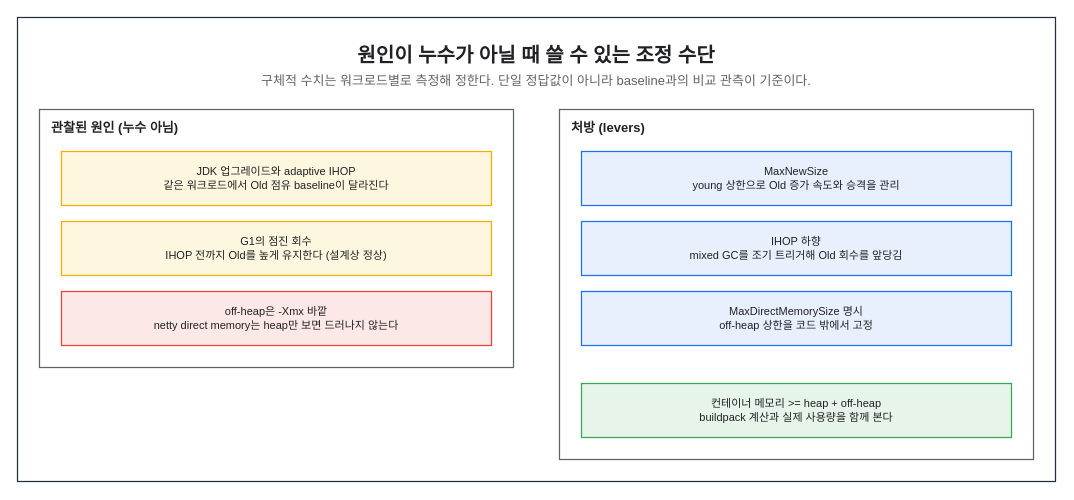
This is assets/img/jvm/jvm-12-capstone-levers.drawio from KKamJi98/kkamji98.github.io, a draw.io file, before an edit. Source tidied: cells renumbered, new cells numbered last; positions are measured from the earlier drawing's top-left corner, leaving out a move shared by most shapes. Both pictures are drawn from the tidied source at 100%, with x=0, y=0 at pixel (17, 17).
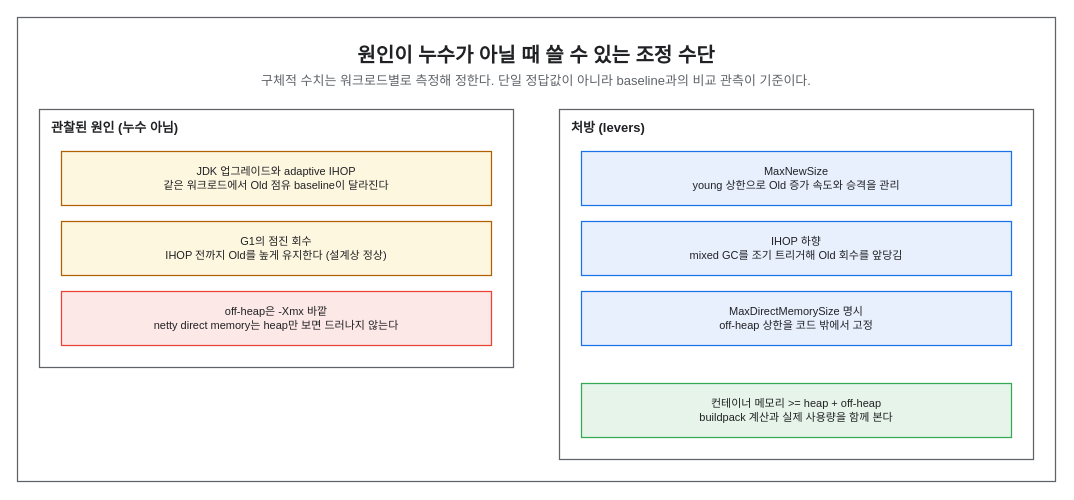
The same diagram, later.

Diff of the diagram source:
```diff
@@
 <mxGraphModel background="#FFFFFF">
   <root>
     <mxCell id="0" />
     <mxCell id="1" parent="0" />
-    <mxCell id="2" style="rounded=0;html=0;fillColor=none;strokeColor=#232F3E;fontColor=#202124;strokeWidth=1.25;" parent="1" vertex="1">
+    <mxCell id="2" style="rounded=0;html=0;fillColor=none;strokeColor=#5F6368;fontColor=#202124;strokeWidth=1.25;" parent="1" vertex="1">
       <mxGeometry width="1038" height="464" as="geometry" />
     </mxCell>
     <mxCell id="3" value="원인이 누수가 아닐 때 쓸 수 있는 조정 수단" style="text;html=0;whiteSpace=wrap;fillColor=none;strokeColor=none;fontColor=#202124;fontSize=20;fontStyle=1;align=center;verticalAlign=middle;" parent="1" vertex="1">
       <mxGeometry x="22" y="22" width="994" height="30" as="geometry" />
     </mxCell>
     <mxCell id="4" value="구체적 수치는 워크로드별로 측정해 정한다. 단일 정답값이 아니라 baseline과의 비교 관측이 기준이다." style="text;html=0;whiteSpace=wrap;fillColor=none;strokeColor=none;fontColor=#5F6368;fontSize=13;fontStyle=0;align=center;verticalAlign=middle;" parent="1" vertex="1">
       <mxGeometry x="22" y="52" width="994" height="22" as="geometry" />
     </mxCell>
     <mxCell id="5" value="관찰된 원인 (누수 아님)" style="rounded=0;whiteSpace=wrap;html=0;fillColor=none;strokeColor=#5F6368;fontColor=#202124;fontSize=13;fontStyle=1;align=left;verticalAlign=top;spacingLeft=10;spacingTop=4;strokeWidth=1.25;dashed=0;" parent="1" vertex="1">
       <mxGeometry x="22" y="92" width="474" height="258" as="geometry" />
     </mxCell>
     <mxCell id="6" value="처방 (levers)" style="rounded=0;whiteSpace=wrap;html=0;fillColor=none;strokeColor=#5F6368;fontColor=#202124;fontSize=13;fontStyle=1;align=left;verticalAlign=top;spacingLeft=10;spacingTop=4;strokeWidth=1.25;dashed=0;" parent="1" vertex="1">
       <mxGeometry x="542" y="92" width="474" height="350" as="geometry" />
     </mxCell>
-    <mxCell id="7" value="JDK 업그레이드와 adaptive IHOP&#10;같은 워크로드에서 Old 점유 baseline이 달라진다" style="rounded=0;whiteSpace=wrap;html=0;fillColor=#FEF7E0;strokeColor=#F9AB00;fontColor=#202124;fontSize=11;fontStyle=0;align=center;verticalAlign=middle;spacingLeft=6;spacingRight=6;strokeWidth=1.25;" parent="1" vertex="1">
+    <mxCell id="7" value="JDK 업그레이드와 adaptive IHOP&#10;같은 워크로드에서 Old 점유 baseline이 달라진다" style="rounded=0;whiteSpace=wrap;html=0;fillColor=#FEF7E0;strokeColor=#B06000;fontColor=#202124;fontSize=11;fontStyle=0;align=center;verticalAlign=middle;spacingLeft=6;spacingRight=6;strokeWidth=1.25;" parent="1" vertex="1">
       <mxGeometry x="44" y="134" width="430" height="54" as="geometry" />
     </mxCell>
-    <mxCell id="8" value="G1의 점진 회수&#10;IHOP 전까지 Old를 높게 유지한다 (설계상 정상)" style="rounded=0;whiteSpace=wrap;html=0;fillColor=#FEF7E0;strokeColor=#F9AB00;fontColor=#202124;fontSize=11;fontStyle=0;align=center;verticalAlign=middle;spacingLeft=6;spacingRight=6;strokeWidth=1.25;" parent="1" vertex="1">
+    <mxCell id="8" value="G1의 점진 회수&#10;IHOP 전까지 Old를 높게 유지한다 (설계상 정상)" style="rounded=0;whiteSpace=wrap;html=0;fillColor=#FEF7E0;strokeColor=#B06000;fontColor=#202124;fontSize=11;fontStyle=0;align=center;verticalAlign=middle;spacingLeft=6;spacingRight=6;strokeWidth=1.25;" parent="1" vertex="1">
       <mxGeometry x="44" y="204" width="430" height="54" as="geometry" />
     </mxCell>
     <mxCell id="9" value="off-heap은 -Xmx 바깥&#10;netty direct memory는 heap만 보면 드러나지 않는다" style="rounded=0;whiteSpace=wrap;html=0;fillColor=#FCE8E6;strokeColor=#EA4335;fontColor=#202124;fontSize=11;fontStyle=0;align=center;verticalAlign=middle;spacingLeft=6;spacingRight=6;strokeWidth=1.25;" parent="1" vertex="1">
       <mxGeometry x="44" y="274" width="430" height="54" as="geometry" />
     </mxCell>
     <mxCell id="10" value="MaxNewSize&#10;young 상한으로 Old 증가 속도와 승격을 관리" style="rounded=0;whiteSpace=wrap;html=0;fillColor=#E8F0FE;strokeColor=#1A73E8;fontColor=#202124;fontSize=11;fontStyle=0;align=center;verticalAlign=middle;spacingLeft=6;spacingRight=6;strokeWidth=1.25;" parent="1" vertex="1">
       <mxGeometry x="564" y="134" width="430" height="54" as="geometry" />
     </mxCell>
     <mxCell id="11" value="IHOP 하향&#10;mixed GC를 조기 트리거해 Old 회수를 앞당김" style="rounded=0;whiteSpace=wrap;html=0;fillColor=#E8F0FE;strokeColor=#1A73E8;fontColor=#202124;fontSize=11;fontStyle=0;align=center;verticalAlign=middle;spacingLeft=6;spacingRight=6;strokeWidth=1.25;" parent="1" vertex="1">
       <mxGeometry x="564" y="204" width="430" height="54" as="geometry" />
     </mxCell>
     <mxCell id="12" value="MaxDirectMemorySize 명시&#10;off-heap 상한을 코드 밖에서 고정" style="rounded=0;whiteSpace=wrap;html=0;fillColor=#E8F0FE;strokeColor=#1A73E8;fontColor=#202124;fontSize=11;fontStyle=0;align=center;verticalAlign=middle;spacingLeft=6;spacingRight=6;strokeWidth=1.25;" parent="1" vertex="1">
       <mxGeometry x="564" y="274" width="430" height="54" as="geometry" />
     </mxCell>
     <mxCell id="13" value="컨테이너 메모리 &gt;= heap + off-heap&#10;buildpack 계산과 실제 사용량을 함께 본다" style="rounded=0;whiteSpace=wrap;html=0;fillColor=#E6F4EA;strokeColor=#34A853;fontColor=#202124;fontSize=11;fontStyle=0;align=center;verticalAlign=middle;spacingLeft=6;spacingRight=6;strokeWidth=1.25;" parent="1" vertex="1">
       <mxGeometry x="564" y="366" width="430" height="54" as="geometry" />
     </mxCell>
   </root>
 </mxGraphModel>
```
